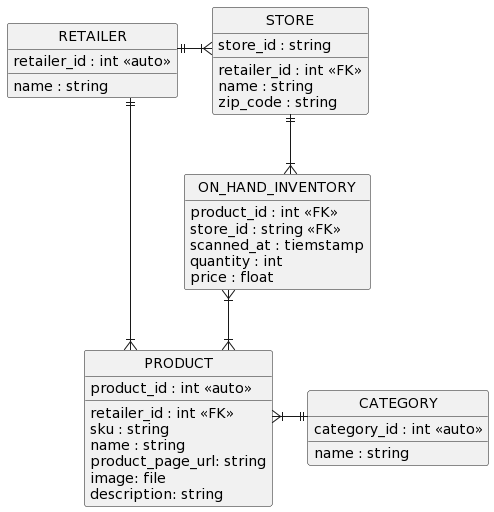
loudinb/tcr-matl-pa keeps this PlantUML diagram as out/docs/plantuml/rdbms-physical-data-model.png. Above is the earlier version.
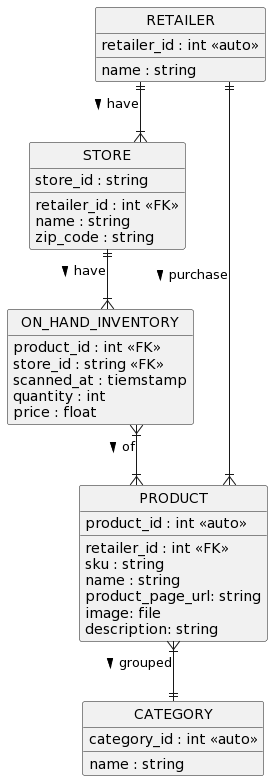
Later version of the same file.

What changed in the source:
```diff
@@ -36,11 +36,9 @@
     quantity : int
     price : float
 }
-STORE ||--|{ ON_HAND_INVENTORY
-ON_HAND_INVENTORY }|--|{ PRODUCT
-PRODUCT }|--|| CATEGORY
-RETAILER ||--|{ STORE
-RETAILER ||--|{ PRODUCT
-RETAILER -[hidden] STORE
-PRODUCT -[hidden] CATEGORY
+STORE ||--|{ ON_HAND_INVENTORY : have >
+ON_HAND_INVENTORY }|--|{ PRODUCT : of >
+PRODUCT }|--|| CATEGORY : grouped >
+RETAILER ||--|{ STORE : have >
+RETAILER ||--|{ PRODUCT : purchase >
 @enduml
```
